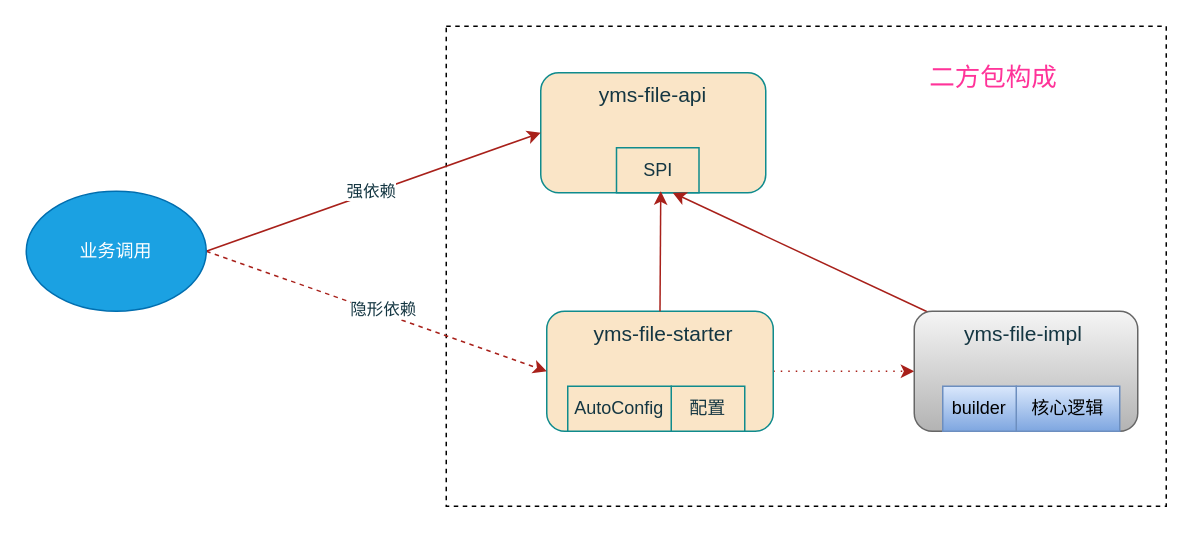
The draw.io diagram 未命名绘图.drawio in leochinaliu/draw_io, before the edit. Source tidied: cells renumbered, new cells numbered last; positions are measured from the earlier drawing's top-left corner, leaving out a move shared by most shapes. Both pictures are drawn from the tidied source at 150%, with x=0, y=0 at pixel (26, 26).
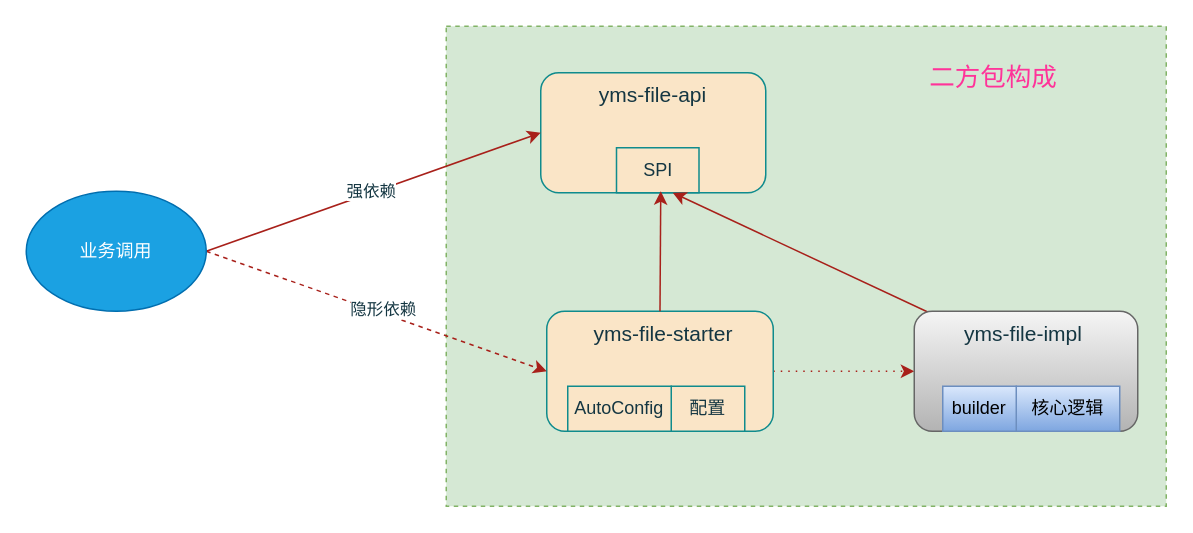
Above is the later version.

Commit message:
更新未命名绘图.drawio

Diff of the diagram source:
```diff
@@
-    <mxCell id="2" style="verticalLabelPosition=bottom;verticalAlign=top;html=1;shape=mxgraph.basic.rect;fillColor2=none;strokeWidth=1;size=20;indent=5;dashed=1;" parent="1" vertex="1">
+    <mxCell id="2" style="verticalLabelPosition=bottom;verticalAlign=top;html=1;shape=mxgraph.basic.rect;fillColor2=none;strokeWidth=1;size=20;indent=5;dashed=1;fillColor=#d5e8d4;strokeColor=#82b366;" parent="1" vertex="1">
       <mxGeometry x="280" width="480" height="320" as="geometry" />
     </mxCell>
```
